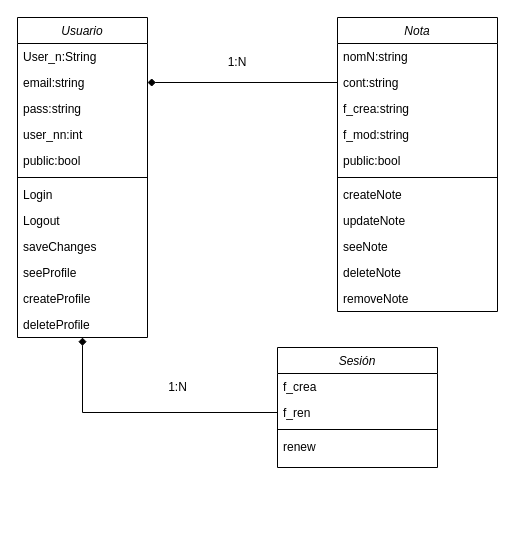
Above: Doc/diagramas/Diagrama_de_clase.drawio in gabo2600/Notas (draw.io), before the change. Source tidied: cells renumbered, new cells numbered last; positions are measured from the earlier drawing's top-left corner, leaving out a move shared by most shapes. Both pictures are drawn from the tidied source at 100%, with x=0, y=0 at pixel (17, 17).
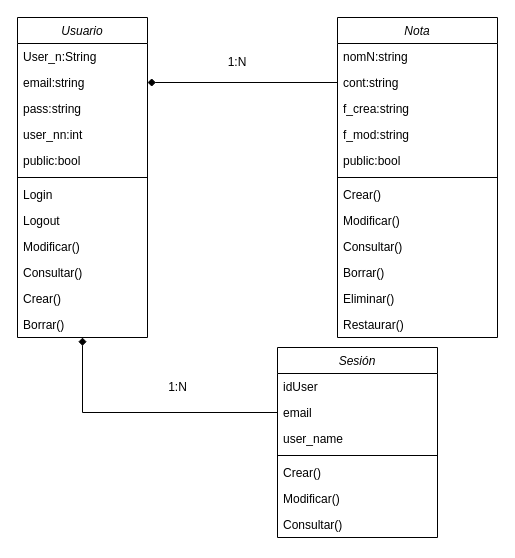
Above is the later version.

The change refers to these unchanged cells:
```xml
<mxCell id="2" value="Usuario" style="swimlane;fontStyle=2;align=center;verticalAlign=top;horizontal=1;startSize=26;rounded=0;shadow=0;strokeWidth=1;" parent="1" vertex="1">
  <mxGeometry width="130" height="320" as="geometry" />
</mxCell>
```

Diff of the diagram source:
```diff
@@
-    <mxCell id="11" value="saveChanges" style="text;align=left;verticalAlign=top;spacingLeft=4;spacingRight=4;overflow=hidden;" parent="2" vertex="1">
+    <mxCell id="11" value="Modificar()" style="text;align=left;verticalAlign=top;spacingLeft=4;spacingRight=4;overflow=hidden;" parent="2" vertex="1">
       <mxGeometry y="216" width="130" height="26" as="geometry" />
     </mxCell>
-    <mxCell id="12" value="seeProfile" style="text;align=left;verticalAlign=top;spacingLeft=4;spacingRight=4;overflow=hidden;" parent="2" vertex="1">
+    <mxCell id="12" value="Consultar()" style="text;align=left;verticalAlign=top;spacingLeft=4;spacingRight=4;overflow=hidden;" parent="2" vertex="1">
       <mxGeometry y="242" width="130" height="26" as="geometry" />
     </mxCell>
-    <mxCell id="13" value="createProfile" style="text;align=left;verticalAlign=top;spacingLeft=4;spacingRight=4;overflow=hidden;" parent="2" vertex="1">
+    <mxCell id="13" value="Crear()" style="text;align=left;verticalAlign=top;spacingLeft=4;spacingRight=4;overflow=hidden;" parent="2" vertex="1">
       <mxGeometry y="268" width="130" height="26" as="geometry" />
     </mxCell>
-    <mxCell id="14" value="deleteProfile" style="text;align=left;verticalAlign=top;spacingLeft=4;spacingRight=4;overflow=hidden;" parent="2" vertex="1">
+    <mxCell id="14" value="Borrar()" style="text;align=left;verticalAlign=top;spacingLeft=4;spacingRight=4;overflow=hidden;" parent="2" vertex="1">
       <mxGeometry y="294" width="130" height="26" as="geometry" />
     </mxCell>
     <mxCell id="15" value="Sesión" style="swimlane;fontStyle=2;align=center;verticalAlign=top;horizontal=1;startSize=26;rounded=0;shadow=0;strokeWidth=1;" parent="1" vertex="1">
-      <mxGeometry x="260" y="330" width="160" height="120" as="geometry" />
+      <mxGeometry x="260" y="330" width="160" height="190" as="geometry" />
     </mxCell>
-    <mxCell id="16" value="f_crea" style="text;align=left;verticalAlign=top;spacingLeft=4;spacingRight=4;overflow=hidden;" parent="15" vertex="1">
+    <mxCell id="16" value="idUser" style="text;align=left;verticalAlign=top;spacingLeft=4;spacingRight=4;overflow=hidden;" parent="15" vertex="1">
       <mxGeometry y="26" width="160" height="26" as="geometry" />
     </mxCell>
-    <mxCell id="17" value="f_ren" style="text;align=left;verticalAlign=top;spacingLeft=4;spacingRight=4;overflow=hidden;points=[[0,0.5],[1,0.5]];portConstraint=eastwest;rounded=0;shadow=0;html=0;" parent="15" vertex="1">
+    <mxCell id="17" value="email" style="text;align=left;verticalAlign=top;spacingLeft=4;spacingRight=4;overflow=hidden;points=[[0,0.5],[1,0.5]];portConstraint=eastwest;rounded=0;shadow=0;html=0;" parent="15" vertex="1">
       <mxGeometry y="52" width="160" height="26" as="geometry" />
     </mxCell>
+    <mxCell id="36" value="user_name" style="text;align=left;verticalAlign=top;spacingLeft=4;spacingRight=4;overflow=hidden;rounded=0;shadow=0;html=0;" parent="15" vertex="1">
+      <mxGeometry y="78" width="160" height="26" as="geometry" />
+    </mxCell>
     <mxCell id="18" style="line;html=1;strokeWidth=1;align=left;verticalAlign=middle;spacingTop=-1;spacingLeft=3;spacingRight=3;labelPosition=right;" parent="15" vertex="1">
-      <mxGeometry y="78" width="160" height="8" as="geometry" />
+      <mxGeometry y="104" width="160" height="8" as="geometry" />
     </mxCell>
-    <mxCell id="19" value="renew" style="text;align=left;verticalAlign=top;spacingLeft=4;spacingRight=4;overflow=hidden;" parent="15" vertex="1">
-      <mxGeometry y="86" width="160" height="26" as="geometry" />
-    </mxCell>
+    <mxCell id="37" value="Crear()" style="text;align=left;verticalAlign=top;spacingLeft=4;spacingRight=4;overflow=hidden;" parent="15" vertex="1">
+      <mxGeometry y="112" width="160" height="26" as="geometry" />
+    </mxCell>
+    <mxCell id="38" value="Modificar()" style="text;align=left;verticalAlign=top;spacingLeft=4;spacingRight=4;overflow=hidden;" parent="15" vertex="1">
+      <mxGeometry y="138" width="160" height="26" as="geometry" />
+    </mxCell>
+    <mxCell id="39" value="Consultar()" style="text;align=left;verticalAlign=top;spacingLeft=4;spacingRight=4;overflow=hidden;" parent="15" vertex="1">
+      <mxGeometry y="164" width="160" height="26" as="geometry" />
+    </mxCell>
     <mxCell id="20" value="Nota" style="swimlane;fontStyle=2;align=center;verticalAlign=top;horizontal=1;startSize=26;rounded=0;shadow=0;strokeWidth=1;" parent="1" vertex="1">
-      <mxGeometry x="320" width="160" height="294" as="geometry" />
+      <mxGeometry x="320" width="160" height="320" as="geometry" />
     </mxCell>
@@
-    <mxCell id="27" value="createNote" style="text;align=left;verticalAlign=top;spacingLeft=4;spacingRight=4;overflow=hidden;rounded=0;shadow=0;html=0;" parent="20" vertex="1">
+    <mxCell id="27" value="Crear()" style="text;align=left;verticalAlign=top;spacingLeft=4;spacingRight=4;overflow=hidden;rounded=0;shadow=0;html=0;" parent="20" vertex="1">
       <mxGeometry y="164" width="160" height="26" as="geometry" />
     </mxCell>
-    <mxCell id="28" value="updateNote" style="text;align=left;verticalAlign=top;spacingLeft=4;spacingRight=4;overflow=hidden;rounded=0;shadow=0;html=0;" parent="20" vertex="1">
+    <mxCell id="28" value="Modificar()" style="text;align=left;verticalAlign=top;spacingLeft=4;spacingRight=4;overflow=hidden;rounded=0;shadow=0;html=0;" parent="20" vertex="1">
       <mxGeometry y="190" width="160" height="26" as="geometry" />
     </mxCell>
-    <mxCell id="29" value="seeNote" style="text;align=left;verticalAlign=top;spacingLeft=4;spacingRight=4;overflow=hidden;rounded=0;shadow=0;html=0;" parent="20" vertex="1">
+    <mxCell id="29" value="Consultar()" style="text;align=left;verticalAlign=top;spacingLeft=4;spacingRight=4;overflow=hidden;rounded=0;shadow=0;html=0;" parent="20" vertex="1">
       <mxGeometry y="216" width="160" height="26" as="geometry" />
     </mxCell>
-    <mxCell id="30" value="deleteNote" style="text;align=left;verticalAlign=top;spacingLeft=4;spacingRight=4;overflow=hidden;rounded=0;shadow=0;html=0;" parent="20" vertex="1">
+    <mxCell id="30" value="Borrar()" style="text;align=left;verticalAlign=top;spacingLeft=4;spacingRight=4;overflow=hidden;rounded=0;shadow=0;html=0;" parent="20" vertex="1">
       <mxGeometry y="242" width="160" height="26" as="geometry" />
     </mxCell>
+    <mxCell id="40" value="Eliminar()&#10;" style="text;align=left;verticalAlign=top;spacingLeft=4;spacingRight=4;overflow=hidden;rounded=0;shadow=0;html=0;" parent="20" vertex="1">
+      <mxGeometry y="268" width="160" height="26" as="geometry" />
+    </mxCell>
-    <mxCell id="31" value="removeNote" style="text;align=left;verticalAlign=top;spacingLeft=4;spacingRight=4;overflow=hidden;rounded=0;shadow=0;html=0;" parent="20" vertex="1">
-      <mxGeometry y="268" width="160" height="26" as="geometry" />
+    <mxCell id="31" value="Restaurar()" style="text;align=left;verticalAlign=top;spacingLeft=4;spacingRight=4;overflow=hidden;rounded=0;shadow=0;html=0;" parent="20" vertex="1">
+      <mxGeometry y="294" width="160" height="26" as="geometry" />
     </mxCell>
```
